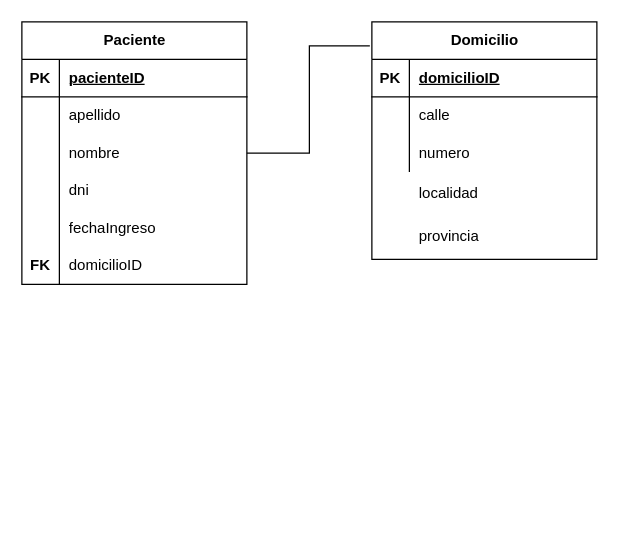
Before: assets/clinica.drawio in Digital-House-Repos/clinicaspring, a draw.io diagram. Source tidied: cells renumbered, new cells numbered last; positions are measured from the earlier drawing's top-left corner, leaving out a move shared by most shapes. Both pictures are drawn from the tidied source at 125%, with x=0, y=0 at pixel (21, 21).
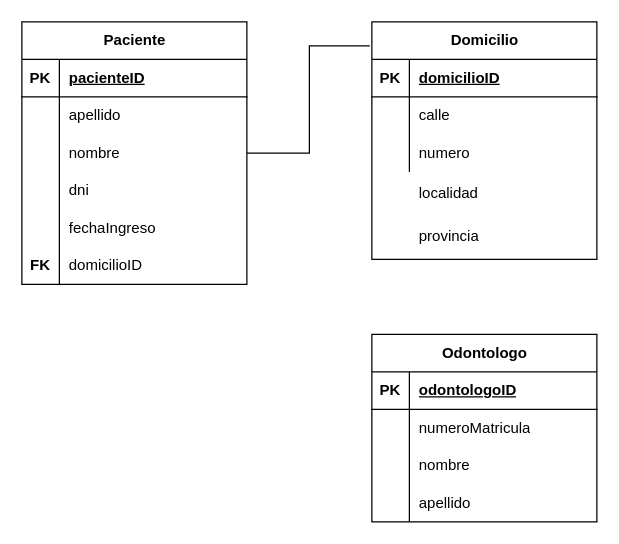
Above is the later version.

Diff of the diagram source:
```diff
@@
+    <mxCell id="33" value="Odontologo" style="shape=table;startSize=30;childLayout=tableLayout;rowLines=0;fontStyle=1;align=center;html=1;" parent="1" vertex="1">
+      <mxGeometry x="280" y="250" width="180" height="150" as="geometry" />
+    </mxCell>
+    <mxCell id="34" style="shape=tableRow;horizontal=0;startSize=0;swimlaneHead=0;swimlaneBody=0;fillColor=none;top=0;left=0;right=0;bottom=1;" parent="33" vertex="1">
+      <mxGeometry y="30" width="180" height="30" as="geometry" />
+    </mxCell>
+    <mxCell id="35" value="PK" style="shape=partialRectangle;fillColor=none;top=0;left=0;bottom=0;right=0;fontStyle=1;overflow=hidden;whiteSpace=wrap;html=1;" parent="34" vertex="1">
+      <mxGeometry width="30" height="30" as="geometry" />
+    </mxCell>
+    <mxCell id="36" value="odontologoID" style="shape=partialRectangle;fillColor=none;top=0;left=0;bottom=0;right=0;align=left;spacingLeft=6;fontStyle=5;overflow=hidden;whiteSpace=wrap;html=1;" parent="34" vertex="1">
+      <mxGeometry x="30" width="150" height="30" as="geometry" />
+    </mxCell>
+    <mxCell id="37" style="shape=tableRow;horizontal=0;startSize=0;swimlaneHead=0;swimlaneBody=0;fillColor=none;top=0;left=0;right=0;bottom=0;" parent="33" vertex="1">
+      <mxGeometry y="60" width="180" height="30" as="geometry" />
+    </mxCell>
+    <mxCell id="38" style="shape=partialRectangle;fillColor=none;top=0;left=0;bottom=0;right=0;overflow=hidden;whiteSpace=wrap;html=1;" parent="37" vertex="1">
+      <mxGeometry width="30" height="30" as="geometry" />
+    </mxCell>
+    <mxCell id="39" value="numeroMatricula" style="shape=partialRectangle;fillColor=none;top=0;left=0;bottom=0;right=0;align=left;spacingLeft=6;overflow=hidden;whiteSpace=wrap;html=1;" parent="37" vertex="1">
+      <mxGeometry x="30" width="150" height="30" as="geometry" />
+    </mxCell>
+    <mxCell id="40" style="shape=tableRow;horizontal=0;startSize=0;swimlaneHead=0;swimlaneBody=0;fillColor=none;top=0;left=0;right=0;bottom=0;" parent="33" vertex="1">
+      <mxGeometry y="90" width="180" height="30" as="geometry" />
+    </mxCell>
+    <mxCell id="41" style="shape=partialRectangle;fillColor=none;top=0;left=0;bottom=0;right=0;overflow=hidden;whiteSpace=wrap;html=1;" parent="40" vertex="1">
+      <mxGeometry width="30" height="30" as="geometry" />
+    </mxCell>
+    <mxCell id="42" value="nombre" style="shape=partialRectangle;fillColor=none;top=0;left=0;bottom=0;right=0;align=left;spacingLeft=6;overflow=hidden;whiteSpace=wrap;html=1;" parent="40" vertex="1">
+      <mxGeometry x="30" width="150" height="30" as="geometry" />
+    </mxCell>
+    <mxCell id="43" style="shape=tableRow;horizontal=0;startSize=0;swimlaneHead=0;swimlaneBody=0;fillColor=none;top=0;left=0;right=0;bottom=0;" parent="33" vertex="1">
+      <mxGeometry y="120" width="180" height="30" as="geometry" />
+    </mxCell>
+    <mxCell id="44" style="shape=partialRectangle;fillColor=none;top=0;left=0;bottom=0;right=0;overflow=hidden;whiteSpace=wrap;html=1;" parent="43" vertex="1">
+      <mxGeometry width="30" height="30" as="geometry" />
+    </mxCell>
+    <mxCell id="45" value="apellido" style="shape=partialRectangle;fillColor=none;top=0;left=0;bottom=0;right=0;align=left;spacingLeft=6;overflow=hidden;whiteSpace=wrap;html=1;" parent="43" vertex="1">
+      <mxGeometry x="30" width="150" height="30" as="geometry" />
+    </mxCell>
```
